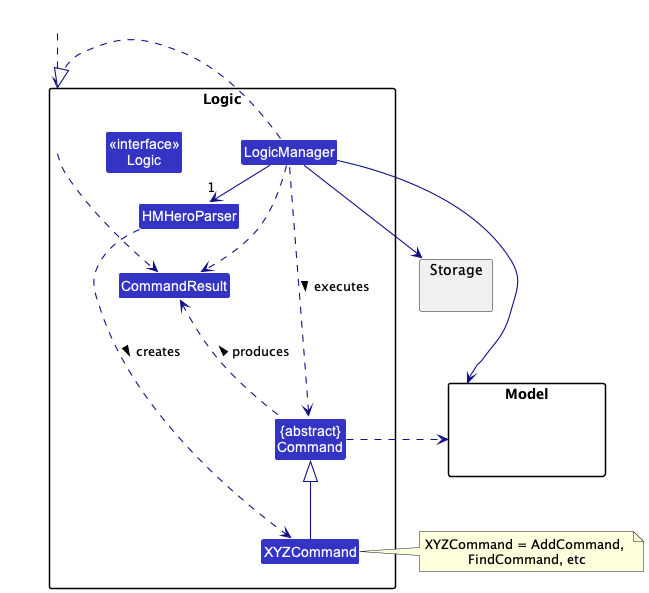
Above: docs/images/LogicClassDiagram.png in nus-cs2103-AY2223S2/tp (PlantUML), before the change.
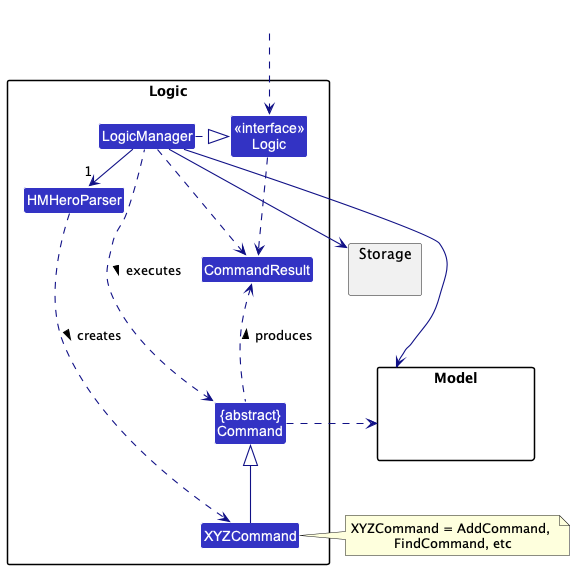
The same diagram one commit later.

Commit message:
Fix Logic and Model class diagrams

Diff of the diagram source:
```diff
@@ -12,7 +12,7 @@
 Class "{abstract}\nCommand" as Command
 
 
-Class "<<interface>>\nLogic" as Logic
+Class "<<interface>>\nLogic" as logic
 Class LogicManager
 }
 
@@ -24,9 +24,9 @@
 }
 
 Class HiddenOutside #FFFFFF
-HiddenOutside ..> Logic
+HiddenOutside ..> logic
 
-LogicManager .right.|> Logic
+LogicManager .right.|> logic
 LogicManager -right->"1" HMHeroParser
 HMHeroParser ..> XYZCommand : creates >
 
@@ -40,7 +40,7 @@
 Command .right.> Model
 note right of XYZCommand: XYZCommand = AddCommand, \nFindCommand, etc
 
-Logic ..> CommandResult
+logic ..> CommandResult
 LogicManager .down.> CommandResult
 Command .up.> CommandResult : produces >
 @enduml
```
